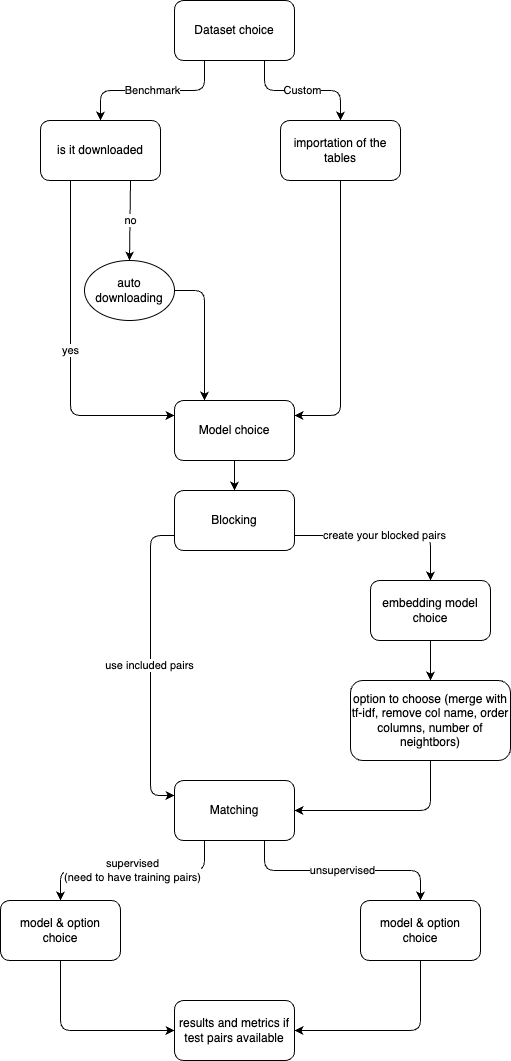
This is graphs/App flow.drawio.png from ttperr/WavER, a draw.io export, as it was before one commit. Source tidied: cells renumbered, new cells last; positions are measured from the earlier drawing's top-left corner, leaving out a move shared by most shapes.
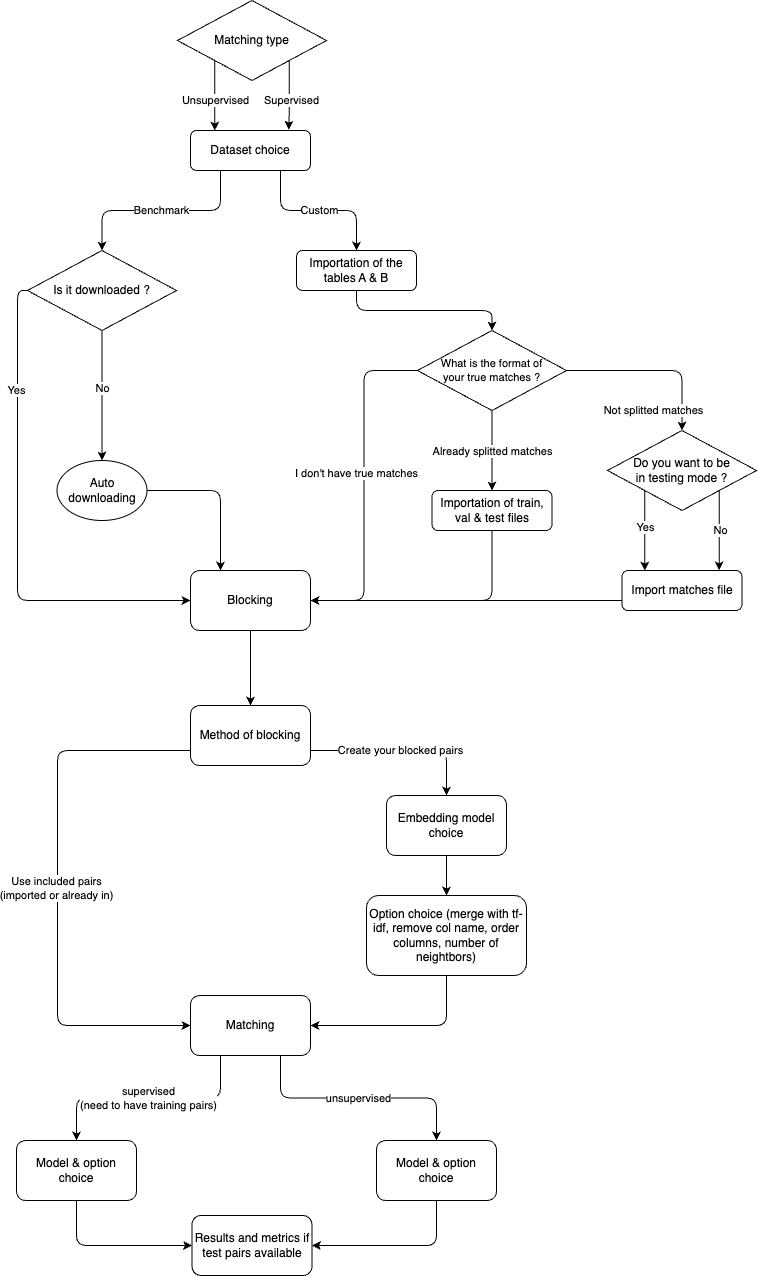
Later version of the same file.

Commit message:
create the flow chart of the app

Change to the diagram source:
```diff
@@ -3,7 +3,7 @@
     <mxCell id="0" />
     <mxCell id="1" parent="0" />
     <mxCell id="2" value="Dataset choice" style="rounded=1;whiteSpace=wrap;html=1;" parent="1" vertex="1">
-      <mxGeometry x="174" width="120" height="60" as="geometry" />
+      <mxGeometry x="174" y="170" width="120" height="40" as="geometry" />
     </mxCell>
     <mxCell id="3" style="endArrow=classic;html=1;exitX=0.75;exitY=1;exitDx=0;exitDy=0;entryX=0.5;entryY=0;entryDx=0;entryDy=0;edgeStyle=orthogonalEdgeStyle;" parent="1" edge="1" source="2" target="13">
       <mxGeometry relative="1" as="geometry" />
@@ -11,55 +11,49 @@
     <mxCell id="4" value="Custom" style="edgeLabel;html=1;align=center;verticalAlign=middle;" parent="3" vertex="1">
       <mxGeometry relative="1" as="geometry" />
     </mxCell>
-    <mxCell id="5" style="endArrow=classic;html=1;exitX=0.25;exitY=1;exitDx=0;exitDy=0;entryX=0.5;entryY=0;entryDx=0;entryDy=0;edgeStyle=orthogonalEdgeStyle;" parent="1" edge="1" source="2" target="9">
+    <mxCell id="5" style="endArrow=classic;html=1;exitX=0.25;exitY=1;exitDx=0;exitDy=0;entryX=0.5;entryY=0;entryDx=0;entryDy=0;edgeStyle=orthogonalEdgeStyle;" parent="1" edge="1" source="2" target="35">
       <mxGeometry relative="1" as="geometry" />
     </mxCell>
     <mxCell id="6" value="Benchmark" style="edgeLabel;html=1;align=center;verticalAlign=middle;" parent="5" vertex="1">
       <mxGeometry relative="1" as="geometry" />
     </mxCell>
-    <mxCell id="7" value="yes" style="edgeStyle=orthogonalEdgeStyle;html=1;exitX=0.25;exitY=1;exitDx=0;exitDy=0;entryX=0;entryY=0.25;entryDx=0;entryDy=0;" parent="1" edge="1" source="9" target="15">
-      <mxGeometry relative="1" as="geometry" />
-    </mxCell>
-    <mxCell id="8" value="no" style="edgeStyle=none;html=1;exitX=0.75;exitY=1;exitDx=0;exitDy=0;entryX=0.5;entryY=0;entryDx=0;entryDy=0;" parent="1" edge="1" source="9" target="11">
-      <mxGeometry relative="1" as="geometry" />
+    <mxCell id="8" value="No" style="edgeStyle=orthogonalEdgeStyle;html=1;exitX=0.5;exitY=1;exitDx=0;exitDy=0;entryX=0.5;entryY=0;entryDx=0;entryDy=0;" parent="1" edge="1" source="35" target="11">
+      <mxGeometry x="-0.11" relative="1" as="geometry" />
     </mxCell>
-    <mxCell id="9" value="is it downloaded" style="rounded=1;whiteSpace=wrap;html=1;" parent="1" vertex="1">
-      <mxGeometry x="40" y="120" width="120" height="60" as="geometry" />
-    </mxCell>
     <mxCell id="10" style="edgeStyle=orthogonalEdgeStyle;html=1;exitX=1;exitY=0.5;exitDx=0;exitDy=0;entryX=0.25;entryY=0;entryDx=0;entryDy=0;" parent="1" edge="1" source="11" target="15">
       <mxGeometry relative="1" as="geometry" />
     </mxCell>
-    <mxCell id="11" value="auto downloading" style="ellipse;whiteSpace=wrap;html=1;" parent="1" vertex="1">
-      <mxGeometry x="84" y="260" width="90" height="60" as="geometry" />
+    <mxCell id="11" value="Auto downloading" style="ellipse;whiteSpace=wrap;html=1;" parent="1" vertex="1">
+      <mxGeometry x="40.5" y="500" width="90" height="60" as="geometry" />
     </mxCell>
-    <mxCell id="12" style="edgeStyle=orthogonalEdgeStyle;html=1;exitX=0.5;exitY=1;exitDx=0;exitDy=0;entryX=1;entryY=0.25;entryDx=0;entryDy=0;" parent="1" edge="1" source="13" target="15">
-      <mxGeometry relative="1" as="geometry" />
-    </mxCell>
+    <mxCell id="32" style="edgeStyle=orthogonalEdgeStyle;html=1;exitX=0.5;exitY=1;exitDx=0;exitDy=0;entryX=0.5;entryY=0;entryDx=0;entryDy=0;fontSize=11;" parent="1" edge="1" source="13" target="42">
+      <mxGeometry relative="1" as="geometry" />
+    </mxCell>
-    <mxCell id="13" value="importation of the tables" style="rounded=1;whiteSpace=wrap;html=1;" parent="1" vertex="1">
-      <mxGeometry x="280" y="120" width="120" height="60" as="geometry" />
+    <mxCell id="13" value="Importation of the tables A &amp;amp; B" style="rounded=1;whiteSpace=wrap;html=1;" parent="1" vertex="1">
+      <mxGeometry x="280" y="290" width="120" height="40" as="geometry" />
     </mxCell>
-    <mxCell id="14" style="edgeStyle=orthogonalEdgeStyle;html=1;" parent="1" edge="1" source="15" target="19">
+    <mxCell id="14" style="edgeStyle=orthogonalEdgeStyle;html=1;exitX=0.5;exitY=1;exitDx=0;exitDy=0;" parent="1" edge="1" source="15" target="19">
       <mxGeometry relative="1" as="geometry" />
     </mxCell>
-    <mxCell id="15" value="Model choice" style="rounded=1;whiteSpace=wrap;html=1;" parent="1" vertex="1">
-      <mxGeometry x="174" y="400" width="120" height="60" as="geometry" />
+    <mxCell id="15" value="Blocking" style="rounded=1;whiteSpace=wrap;html=1;" parent="1" vertex="1">
+      <mxGeometry x="174" y="610" width="120" height="60" as="geometry" />
     </mxCell>
-    <mxCell id="16" style="edgeStyle=orthogonalEdgeStyle;html=1;exitX=0;exitY=0.75;exitDx=0;exitDy=0;entryX=0;entryY=0.25;entryDx=0;entryDy=0;" parent="1" edge="1" source="19" target="22">
+    <mxCell id="16" style="edgeStyle=orthogonalEdgeStyle;html=1;exitX=0;exitY=0.75;exitDx=0;exitDy=0;entryX=0;entryY=0.5;entryDx=0;entryDy=0;" parent="1" edge="1" source="19" target="22">
       <mxGeometry relative="1" as="geometry">
         <Array as="points">
-          <mxPoint x="150" y="535" />
-          <mxPoint x="150" y="795" />
+          <mxPoint x="41" y="790" />
+          <mxPoint x="41" y="1065" />
         </Array>
       </mxGeometry>
     </mxCell>
-    <mxCell id="17" value="use included pairs" style="edgeLabel;html=1;align=center;verticalAlign=middle;" parent="16" vertex="1">
+    <mxCell id="17" value="Use included pairs&lt;br&gt;(imported or already in)" style="edgeLabel;html=1;align=center;verticalAlign=middle;" parent="16" vertex="1">
       <mxGeometry y="-1" relative="1" as="geometry" />
     </mxCell>
-    <mxCell id="18" value="create your blocked pairs" style="edgeStyle=orthogonalEdgeStyle;html=1;exitX=1;exitY=0.75;exitDx=0;exitDy=0;entryX=0.5;entryY=0;entryDx=0;entryDy=0;" parent="1" edge="1" source="19" target="24">
+    <mxCell id="18" value="Create your blocked pairs" style="edgeStyle=orthogonalEdgeStyle;html=1;exitX=1;exitY=0.75;exitDx=0;exitDy=0;entryX=0.5;entryY=0;entryDx=0;entryDy=0;" parent="1" edge="1" source="19" target="24">
       <mxGeometry relative="1" as="geometry" />
     </mxCell>
-    <mxCell id="19" value="Blocking" style="whiteSpace=wrap;html=1;rounded=1;" parent="1" vertex="1">
-      <mxGeometry x="174" y="490" width="120" height="60" as="geometry" />
+    <mxCell id="19" value="Method of blocking" style="whiteSpace=wrap;html=1;rounded=1;" parent="1" vertex="1">
+      <mxGeometry x="174" y="745" width="120" height="60" as="geometry" />
     </mxCell>
     <mxCell id="20" value="supervised&lt;br&gt;(need to have training pairs)" style="edgeStyle=orthogonalEdgeStyle;html=1;exitX=0.25;exitY=1;exitDx=0;exitDy=0;entryX=0.5;entryY=0;entryDx=0;entryDy=0;" parent="1" edge="1" source="22" target="28">
       <mxGeometry relative="1" as="geometry" />
@@ -68,34 +62,120 @@
       <mxGeometry relative="1" as="geometry" />
     </mxCell>
     <mxCell id="22" value="Matching" style="whiteSpace=wrap;html=1;rounded=1;" parent="1" vertex="1">
-      <mxGeometry x="174" y="780" width="120" height="60" as="geometry" />
+      <mxGeometry x="174" y="1035" width="120" height="60" as="geometry" />
     </mxCell>
     <mxCell id="23" style="edgeStyle=orthogonalEdgeStyle;html=1;" parent="1" edge="1" source="24" target="26">
       <mxGeometry relative="1" as="geometry" />
     </mxCell>
-    <mxCell id="24" value="embedding model choice" style="rounded=1;whiteSpace=wrap;html=1;" parent="1" vertex="1">
-      <mxGeometry x="370" y="580" width="120" height="60" as="geometry" />
+    <mxCell id="24" value="Embedding model choice" style="rounded=1;whiteSpace=wrap;html=1;" parent="1" vertex="1">
+      <mxGeometry x="370" y="835" width="120" height="60" as="geometry" />
     </mxCell>
     <mxCell id="25" style="edgeStyle=orthogonalEdgeStyle;html=1;exitX=0.5;exitY=1;exitDx=0;exitDy=0;entryX=1;entryY=0.5;entryDx=0;entryDy=0;" parent="1" edge="1" source="26" target="22">
       <mxGeometry relative="1" as="geometry" />
     </mxCell>
-    <mxCell id="26" value="option to choose (merge with tf-idf, remove col name, order columns, number of neightbors)" style="whiteSpace=wrap;html=1;rounded=1;" parent="1" vertex="1">
-      <mxGeometry x="350" y="680" width="160" height="80" as="geometry" />
+    <mxCell id="26" value="Option choice (merge with tf-idf, remove col name, order columns, number of neightbors)" style="whiteSpace=wrap;html=1;rounded=1;" parent="1" vertex="1">
+      <mxGeometry x="350" y="935" width="160" height="80" as="geometry" />
     </mxCell>
     <mxCell id="27" style="edgeStyle=orthogonalEdgeStyle;html=1;exitX=0.5;exitY=1;exitDx=0;exitDy=0;entryX=0;entryY=0.5;entryDx=0;entryDy=0;" parent="1" edge="1" source="28" target="31">
       <mxGeometry relative="1" as="geometry" />
     </mxCell>
-    <mxCell id="28" value="model &amp;amp; option choice" style="rounded=1;whiteSpace=wrap;html=1;" parent="1" vertex="1">
-      <mxGeometry y="900" width="120" height="60" as="geometry" />
+    <mxCell id="28" value="Model &amp;amp; option choice" style="rounded=1;whiteSpace=wrap;html=1;" parent="1" vertex="1">
+      <mxGeometry y="1180" width="120" height="60" as="geometry" />
     </mxCell>
     <mxCell id="29" style="edgeStyle=orthogonalEdgeStyle;html=1;exitX=0.5;exitY=1;exitDx=0;exitDy=0;entryX=1;entryY=0.5;entryDx=0;entryDy=0;" parent="1" edge="1" source="30" target="31">
       <mxGeometry relative="1" as="geometry" />
     </mxCell>
-    <mxCell id="30" value="model &amp;amp; option choice" style="rounded=1;whiteSpace=wrap;html=1;" parent="1" vertex="1">
-      <mxGeometry x="360" y="900" width="120" height="60" as="geometry" />
+    <mxCell id="30" value="Model &amp;amp; option choice" style="rounded=1;whiteSpace=wrap;html=1;" parent="1" vertex="1">
+      <mxGeometry x="360" y="1180" width="120" height="60" as="geometry" />
     </mxCell>
-    <mxCell id="31" value="results and metrics if test pairs available" style="rounded=1;whiteSpace=wrap;html=1;" parent="1" vertex="1">
-      <mxGeometry x="174" y="1000" width="120" height="60" as="geometry" />
+    <mxCell id="31" value="Results and metrics if test pairs available" style="rounded=1;whiteSpace=wrap;html=1;" parent="1" vertex="1">
+      <mxGeometry x="175.5" y="1255" width="120" height="60" as="geometry" />
     </mxCell>
+    <mxCell id="33" style="edgeStyle=orthogonalEdgeStyle;html=1;exitX=0;exitY=0.5;exitDx=0;exitDy=0;entryX=0;entryY=0.5;entryDx=0;entryDy=0;fontSize=11;" parent="1" edge="1" source="35" target="15">
+      <mxGeometry relative="1" as="geometry" />
+    </mxCell>
+    <mxCell id="34" value="Yes" style="edgeLabel;html=1;align=center;verticalAlign=middle;fontSize=11;" parent="33" vertex="1">
+      <mxGeometry x="-0.14" y="1" relative="1" as="geometry">
+        <mxPoint x="-2" y="-102" as="offset" />
+      </mxGeometry>
+    </mxCell>
+    <mxCell id="35" value="Is it downloaded ?" style="rhombus;whiteSpace=wrap;html=1;" parent="1" vertex="1">
+      <mxGeometry x="11" y="290" width="149" height="80" as="geometry" />
+    </mxCell>
+    <mxCell id="36" style="edgeStyle=orthogonalEdgeStyle;html=1;exitX=0;exitY=0.5;exitDx=0;exitDy=0;entryX=1;entryY=0.5;entryDx=0;entryDy=0;fontSize=11;" parent="1" edge="1" source="42" target="15">
+      <mxGeometry relative="1" as="geometry" />
+    </mxCell>
+    <mxCell id="37" value="I don't have true matches" style="edgeLabel;html=1;align=center;verticalAlign=middle;fontSize=11;" parent="36" vertex="1">
+      <mxGeometry x="-0.38" y="1" relative="1" as="geometry">
+        <mxPoint x="-9" y="51" as="offset" />
+      </mxGeometry>
+    </mxCell>
+    <mxCell id="38" style="edgeStyle=orthogonalEdgeStyle;html=1;fontSize=11;entryX=0.5;entryY=0;entryDx=0;entryDy=0;" parent="1" edge="1" source="42" target="44">
+      <mxGeometry relative="1" as="geometry" />
+    </mxCell>
+    <mxCell id="39" value="Already splitted matches" style="edgeLabel;html=1;align=center;verticalAlign=middle;fontSize=11;" parent="38" vertex="1">
+      <mxGeometry x="-0.24" relative="1" as="geometry">
+        <mxPoint y="10" as="offset" />
+      </mxGeometry>
+    </mxCell>
+    <mxCell id="40" style="edgeStyle=orthogonalEdgeStyle;html=1;exitX=1;exitY=0.5;exitDx=0;exitDy=0;fontSize=11;" parent="1" edge="1" source="42" target="49">
+      <mxGeometry relative="1" as="geometry" />
+    </mxCell>
+    <mxCell id="41" value="Not splitted matches" style="edgeLabel;html=1;align=center;verticalAlign=middle;fontSize=11;" parent="40" vertex="1">
+      <mxGeometry x="-0.2" y="-1" relative="1" as="geometry">
+        <mxPoint x="16" y="39" as="offset" />
+      </mxGeometry>
+    </mxCell>
+    <mxCell id="42" value="What is the format of your true matches ?" style="rhombus;whiteSpace=wrap;fontSize=11;align=center;html=1;spacing=22;" parent="1" vertex="1">
+      <mxGeometry x="401" y="370" width="149" height="80" as="geometry" />
+    </mxCell>
+    <mxCell id="43" style="edgeStyle=orthogonalEdgeStyle;html=1;entryX=1;entryY=0.5;entryDx=0;entryDy=0;fontSize=11;exitX=0.5;exitY=1;exitDx=0;exitDy=0;" parent="1" edge="1" source="44" target="15">
+      <mxGeometry relative="1" as="geometry" />
+    </mxCell>
+    <mxCell id="44" value="Importation of train, val &amp;amp; test files" style="rounded=1;whiteSpace=wrap;html=1;" parent="1" vertex="1">
+      <mxGeometry x="415.5" y="530" width="120" height="40" as="geometry" />
+    </mxCell>
+    <mxCell id="45" style="edgeStyle=orthogonalEdgeStyle;html=1;exitX=0;exitY=1;exitDx=0;exitDy=0;entryX=0.19;entryY=0;entryDx=0;entryDy=0;entryPerimeter=0;fontSize=11;" parent="1" edge="1" source="49" target="51">
+      <mxGeometry relative="1" as="geometry" />
+    </mxCell>
+    <mxCell id="46" value="Yes" style="edgeLabel;html=1;align=center;verticalAlign=middle;fontSize=11;" parent="45" vertex="1">
+      <mxGeometry x="-0.08" relative="1" as="geometry" />
+    </mxCell>
+    <mxCell id="47" style="edgeStyle=orthogonalEdgeStyle;html=1;exitX=1;exitY=1;exitDx=0;exitDy=0;entryX=0.809;entryY=0;entryDx=0;entryDy=0;entryPerimeter=0;fontSize=11;" parent="1" edge="1" source="49" target="51">
+      <mxGeometry relative="1" as="geometry" />
+    </mxCell>
+    <mxCell id="48" value="No" style="edgeLabel;html=1;align=center;verticalAlign=middle;fontSize=11;" parent="47" vertex="1">
+      <mxGeometry x="-0.17" y="1" relative="1" as="geometry">
+        <mxPoint y="6" as="offset" />
+      </mxGeometry>
+    </mxCell>
+    <mxCell id="49" value="Do you want to be in testing mode ?" style="rhombus;whiteSpace=wrap;html=1;spacing=22;" parent="1" vertex="1">
+      <mxGeometry x="591" y="470" width="149" height="80" as="geometry" />
+    </mxCell>
+    <mxCell id="50" style="html=1;exitX=0;exitY=0.75;exitDx=0;exitDy=0;entryX=1;entryY=0.5;entryDx=0;entryDy=0;fontSize=11;" parent="1" edge="1" source="51" target="15">
+      <mxGeometry relative="1" as="geometry" />
+    </mxCell>
+    <mxCell id="51" value="Import matches file" style="rounded=1;whiteSpace=wrap;html=1;" parent="1" vertex="1">
+      <mxGeometry x="605.5" y="610" width="120" height="40" as="geometry" />
+    </mxCell>
+    <mxCell id="52" style="edgeStyle=orthogonalEdgeStyle;html=1;exitX=0;exitY=1;exitDx=0;exitDy=0;fontSize=11;entryX=0.202;entryY=0;entryDx=0;entryDy=0;entryPerimeter=0;" parent="1" edge="1" source="56" target="2">
+      <mxGeometry relative="1" as="geometry" />
+    </mxCell>
+    <mxCell id="53" value="Unsupervised" style="edgeLabel;html=1;align=center;verticalAlign=middle;fontSize=11;" parent="52" vertex="1">
+      <mxGeometry x="0.35" y="1" relative="1" as="geometry">
+        <mxPoint x="-1" y="-8" as="offset" />
+      </mxGeometry>
+    </mxCell>
+    <mxCell id="54" style="edgeStyle=orthogonalEdgeStyle;html=1;exitX=1;exitY=1;exitDx=0;exitDy=0;fontSize=11;entryX=0.82;entryY=-0.02;entryDx=0;entryDy=0;entryPerimeter=0;" parent="1" edge="1" source="56" target="2">
+      <mxGeometry relative="1" as="geometry" />
+    </mxCell>
+    <mxCell id="55" value="Supervised" style="edgeLabel;html=1;align=center;verticalAlign=middle;fontSize=11;" parent="54" vertex="1">
+      <mxGeometry x="0.05" y="2" relative="1" as="geometry">
+        <mxPoint y="3" as="offset" />
+      </mxGeometry>
+    </mxCell>
+    <mxCell id="56" value="Matching type" style="rhombus;whiteSpace=wrap;html=1;" parent="1" vertex="1">
+      <mxGeometry x="161" y="40" width="149" height="80" as="geometry" />
+    </mxCell>
   </root>
 </mxGraphModel>
```
